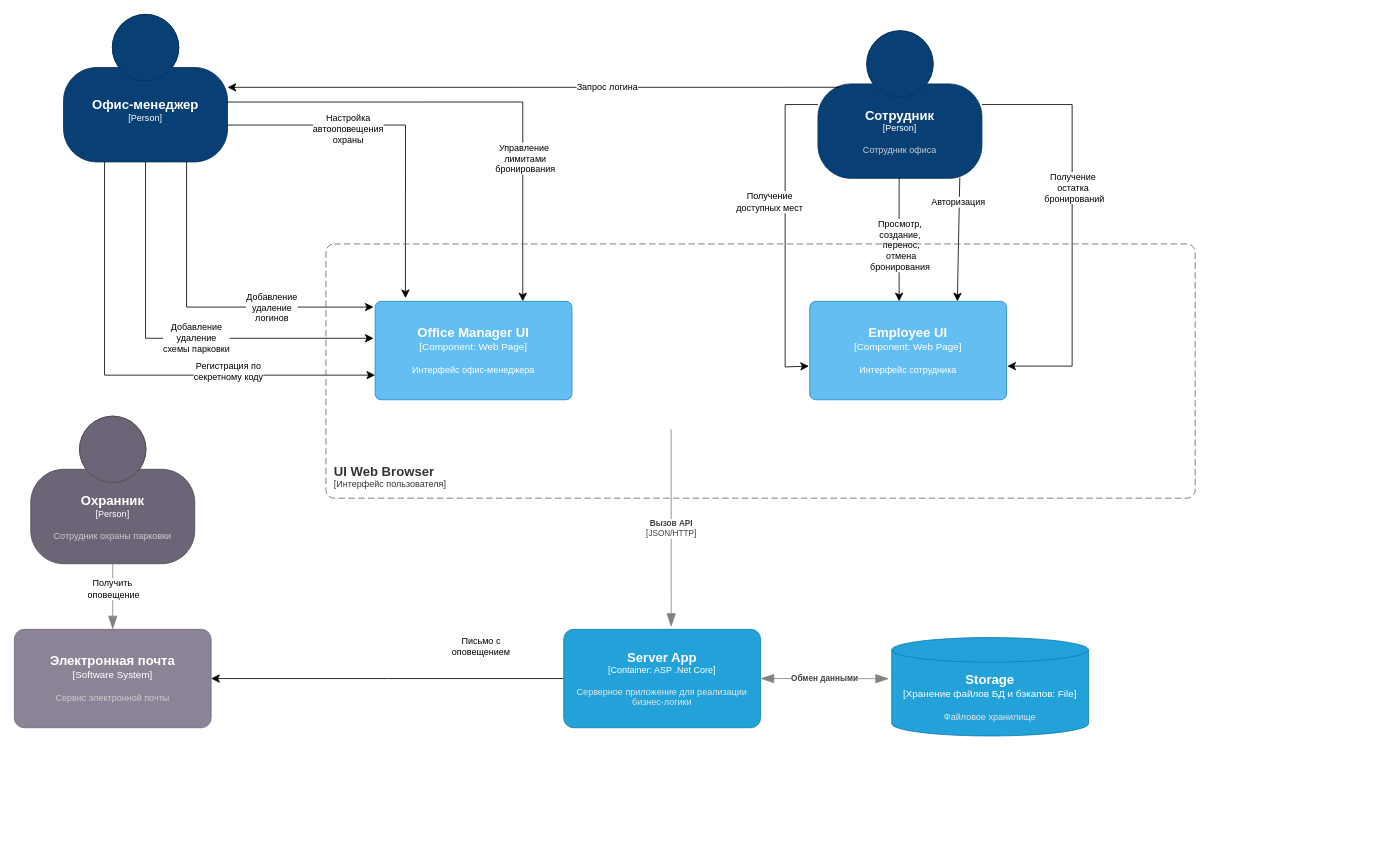
Before: docs/Parking C3.drawio in Yandex-Practicum/architect-practice-tpl, a draw.io diagram. Source tidied: cells renumbered, new cells numbered last; positions are measured from the earlier drawing's top-left corner, leaving out a move shared by most shapes. Both pictures are drawn from the tidied source at 82%, with x=0, y=0 at pixel (14, 14).
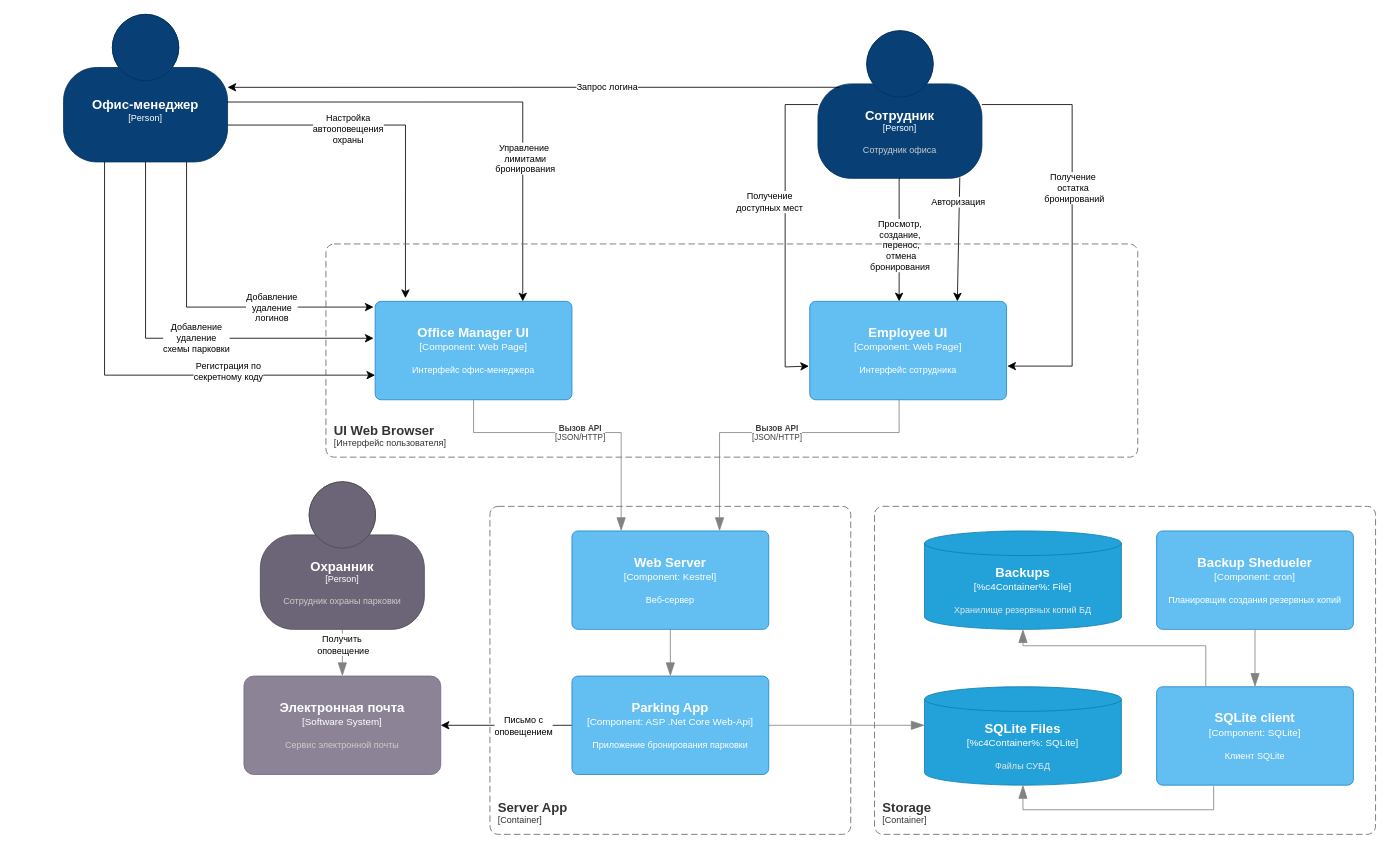
The same diagram, later.

The change refers to these unchanged cells:
```xml
<object id="35" label="&lt;font style=&quot;font-size: 16px&quot;&gt;&lt;b&gt;%c4Name%&lt;/b&gt;&lt;/font&gt;&lt;div&gt;[%c4Type%: %c4Technology%]&lt;/div&gt;&lt;br&gt;&lt;div&gt;&lt;font style=&quot;font-size: 11px&quot;&gt;%c4Description%&lt;/font&gt;&lt;/div&gt;" c4Description="Интерфейс офис-менеджера" c4Name="Office Manager UI" c4Technology="Web Page" c4Type="Component" placeholders="1">
  <mxCell style="rounded=1;whiteSpace=wrap;html=1;labelBackgroundColor=none;fillColor=#63BEF2;fontColor=#ffffff;align=center;arcSize=6;strokeColor=#2086C9;points=[[0.25,0,0],[0.5,0,0],[0.75,0,0],[1,0.25,0],[1,0.5,0],[1,0.75,0],[0.75,1,0],[0.5,1,0],[0.25,1,0],[0,0.75,0],[0,0.5,0],[0,0.25,0]];" parent="1" vertex="1">
    <mxGeometry x="440" y="350" width="240" height="120" as="geometry" />
  </mxCell>
</object>
<object id="36" label="&lt;font style=&quot;font-size: 16px&quot;&gt;&lt;b&gt;%c4Name%&lt;/b&gt;&lt;/font&gt;&lt;div&gt;[%c4Type%: %c4Technology%]&lt;/div&gt;&lt;br&gt;&lt;div&gt;&lt;font style=&quot;font-size: 11px&quot;&gt;%c4Description%&lt;/font&gt;&lt;/div&gt;" c4Description="Интерфейс сотрудника" c4Name="Employee UI" c4Technology="Web Page" c4Type="Component" placeholders="1">
  <mxCell style="rounded=1;whiteSpace=wrap;html=1;labelBackgroundColor=none;fillColor=#63BEF2;fontColor=#ffffff;align=center;arcSize=6;strokeColor=#2086C9;points=[[0.25,0,0],[0.5,0,0],[0.75,0,0],[1,0.25,0],[1,0.5,0],[1,0.75,0],[0.75,1,0],[0.5,1,0],[0.25,1,0],[0,0.75,0],[0,0.5,0],[0,0.25,0]];" parent="1" vertex="1">
    <mxGeometry x="970" y="350" width="240" height="120" as="geometry" />
  </mxCell>
</object>
```

What changed in the source:
```diff
@@
     <object id="4" label="&lt;font style=&quot;font-size: 16px&quot;&gt;&lt;b&gt;%c4Name%&lt;/b&gt;&lt;/font&gt;&lt;div&gt;[%c4Type%]&lt;/div&gt;&lt;br&gt;&lt;div&gt;&lt;font style=&quot;font-size: 11px&quot;&gt;&lt;font color=&quot;#cccccc&quot;&gt;%c4Description%&lt;/font&gt;&lt;/div&gt;" c4Description="Сотрудник охраны парковки" c4Name="Охранник" c4Type="Person" placeholders="1">
       <mxCell style="html=1;fontSize=11;dashed=0;whiteSpace=wrap;fillColor=#6C6477;strokeColor=#4D4D4D;fontColor=#ffffff;shape=mxgraph.c4.person2;align=center;points=[[0.5,0,0],[1,0.5,0],[1,0.75,0],[0.75,1,0],[0.5,1,0],[0.25,1,0],[0,0.75,0],[0,0.5,0]];" parent="1" vertex="1">
-        <mxGeometry x="20" y="490" width="200" height="180" as="geometry" />
+        <mxGeometry x="300" y="570" width="200" height="180" as="geometry" />
       </mxCell>
     </object>
@@
     <object id="23" label="&lt;font style=&quot;font-size: 16px&quot;&gt;&lt;b&gt;%c4Name%&lt;/b&gt;&lt;/font&gt;&lt;div&gt;[%c4Type%]&lt;/div&gt;&lt;br&gt;&lt;div&gt;&lt;font style=&quot;font-size: 11px&quot;&gt;&lt;font color=&quot;#cccccc&quot;&gt;%c4Description%&lt;/font&gt;&lt;/div&gt;" c4Description="Сервис электронной почты" c4Name="Электронная почта" c4Type="Software System" placeholders="1">
       <mxCell style="rounded=1;whiteSpace=wrap;html=1;labelBackgroundColor=none;fillColor=#8C8496;fontColor=#ffffff;align=center;arcSize=10;strokeColor=#736782;points=[[0.25,0,0],[0.5,0,0],[0.75,0,0],[1,0.25,0],[1,0.5,0],[1,0.75,0],[0.75,1,0],[0.5,1,0],[0.25,1,0],[0,0.75,0],[0,0.5,0],[0,0.25,0]];" parent="1" vertex="1">
-        <mxGeometry y="750" width="240" height="120" as="geometry" />
+        <mxGeometry x="280" y="807" width="240" height="120" as="geometry" />
       </mxCell>
     </object>
@@
-    <mxCell id="26" style="edgeStyle=elbowEdgeStyle;elbow=horizontal;endArrow=classic;html=1;curved=0;rounded=0;endSize=8;startSize=8;exitX=0;exitY=0.5;exitDx=0;exitDy=0;exitPerimeter=0;entryX=1;entryY=0.5;entryDx=0;entryDy=0;entryPerimeter=0;" parent="1" edge="1" source="31" target="23">
+    <mxCell id="26" style="edgeStyle=elbowEdgeStyle;elbow=horizontal;endArrow=classic;html=1;curved=0;rounded=0;endSize=8;startSize=8;exitX=0;exitY=0.5;exitDx=0;exitDy=0;exitPerimeter=0;entryX=1;entryY=0.5;entryDx=0;entryDy=0;entryPerimeter=0;" parent="1" edge="1" source="40" target="23">
       <mxGeometry relative="1" as="geometry" />
     </mxCell>
     <mxCell id="27" value="Письмо с &lt;br&gt;оповещением" style="edgeLabel;html=1;align=center;verticalAlign=middle;" parent="26" vertex="1">
       <mxGeometry x="0.25" y="3" relative="1" as="geometry">
-        <mxPoint x="167" y="-43" as="offset" />
+        <mxPoint x="40" y="-3" as="offset" />
       </mxGeometry>
     </mxCell>
@@
-    <object id="30" label="&lt;font style=&quot;font-size: 16px&quot;&gt;&lt;b&gt;%c4Type%&lt;/b&gt;&lt;/font&gt;&lt;div&gt;[%c4Container%:&amp;nbsp;%c4Technology%]&lt;/div&gt;&lt;br&gt;&lt;div&gt;&lt;font style=&quot;font-size: 11px&quot;&gt;&lt;font color=&quot;#E6E6E6&quot;&gt;%c4Description%&lt;/font&gt;&lt;/div&gt;" c4Container="Хранение файлов БД и бэкапов" c4Description="Файловое хранилище" c4Technology="File" c4Type="Storage" placeholders="1">
-      <mxCell style="shape=cylinder3;size=15;whiteSpace=wrap;html=1;boundedLbl=1;rounded=0;labelBackgroundColor=none;fillColor=#23A2D9;fontSize=12;fontColor=#ffffff;align=center;strokeColor=#0E7DAD;points=[[0.5,0,0],[1,0.25,0],[1,0.5,0],[1,0.75,0],[0.5,1,0],[0,0.75,0],[0,0.5,0],[0,0.25,0]];" parent="1" vertex="1">
-        <mxGeometry x="1070" y="760" width="240" height="120" as="geometry" />
-      </mxCell>
-    </object>
-    <object id="31" label="&lt;font style=&quot;font-size: 16px&quot;&gt;&lt;b&gt;%c4Name%&lt;/b&gt;&lt;/font&gt;&lt;div&gt;[%c4Type%: %c4Technology%]&lt;/div&gt;&lt;br&gt;&lt;div&gt;&lt;font style=&quot;font-size: 11px&quot;&gt;&lt;font color=&quot;#E6E6E6&quot;&gt;%c4Description%&lt;/font&gt;&lt;/div&gt;" c4Description="Серверное приложение для реализации бизнес-логики" c4Name="Server App" c4Technology="ASP .Net Core" c4Type="Container" placeholders="1">
-      <mxCell style="rounded=1;whiteSpace=wrap;html=1;fontSize=11;labelBackgroundColor=none;fillColor=#23A2D9;fontColor=#ffffff;align=center;arcSize=10;strokeColor=#0E7DAD;points=[[0.25,0,0],[0.5,0,0],[0.75,0,0],[1,0.25,0],[1,0.5,0],[1,0.75,0],[0.75,1,0],[0.5,1,0],[0.25,1,0],[0,0.75,0],[0,0.5,0],[0,0.25,0]];" parent="1" vertex="1">
-        <mxGeometry x="670" y="750" width="240" height="120" as="geometry" />
-      </mxCell>
-    </object>
     <object id="32" label="&lt;div style=&quot;text-align: left&quot;&gt;&lt;div style=&quot;text-align: center&quot;&gt;&lt;b&gt;%c4Description%&lt;/b&gt;&lt;/div&gt;&lt;div style=&quot;text-align: center&quot;&gt;[%c4Technology%]&lt;/div&gt;&lt;/div&gt;" c4Description="Вызов API" c4Technology="JSON/HTTP" placeholders="1">
-      <mxCell style="endArrow=blockThin;html=1;fontSize=10;fontColor=#404040;strokeWidth=1;endFill=1;strokeColor=#828282;elbow=vertical;endSize=14;startSize=14;jumpStyle=arc;jumpSize=16;rounded=0;edgeStyle=orthogonalEdgeStyle;entryX=0.546;entryY=-0.025;entryDx=0;entryDy=0;entryPerimeter=0;" parent="1" edge="1" target="31">
+      <mxCell style="endArrow=blockThin;html=1;fontSize=10;fontColor=#404040;strokeWidth=1;endFill=1;strokeColor=#828282;elbow=vertical;endSize=14;startSize=14;jumpStyle=arc;jumpSize=16;rounded=0;edgeStyle=orthogonalEdgeStyle;entryX=0.75;entryY=0;entryDx=0;entryDy=0;entryPerimeter=0;exitX=0.454;exitY=0.983;exitDx=0;exitDy=0;exitPerimeter=0;" parent="1" edge="1" source="36" target="38">
         <mxGeometry relative="1" as="geometry">
-          <mxPoint x="801" y="506" as="sourcePoint" />
           <Array as="points">
-            <mxPoint x="801" y="506" />
+            <mxPoint x="1079" y="510" />
+            <mxPoint x="860" y="510" />
           </Array>
         </mxGeometry>
       </mxCell>
     </object>
-    <object id="33" label="&lt;div style=&quot;text-align: left&quot;&gt;&lt;div style=&quot;text-align: center&quot;&gt;&lt;b&gt;%c4Description%&lt;/b&gt;&lt;/div&gt;" c4Description="Обмен данными" placeholders="1">
-      <mxCell style="endArrow=blockThin;html=1;fontSize=10;fontColor=#404040;strokeWidth=1;endFill=1;strokeColor=#828282;elbow=vertical;endSize=14;startSize=14;jumpStyle=arc;jumpSize=16;rounded=0;edgeStyle=orthogonalEdgeStyle;exitX=1;exitY=0.5;exitDx=0;exitDy=0;exitPerimeter=0;entryX=-0.014;entryY=0.418;entryDx=0;entryDy=0;entryPerimeter=0;startArrow=blockThin;startFill=1;" parent="1" edge="1" source="31" target="30">
-        <mxGeometry relative="1" as="geometry" />
-      </mxCell>
-    </object>
     <object id="34" label="&lt;font style=&quot;font-size: 16px&quot;&gt;&lt;b&gt;&lt;div style=&quot;text-align: left&quot;&gt;%c4Name%&lt;/div&gt;&lt;/b&gt;&lt;/font&gt;&lt;div style=&quot;text-align: left&quot;&gt;[%c4Application%]&lt;/div&gt;" c4Application="Интерфейс пользователя" c4Name="UI Web Browser" placeholders="1">
       <mxCell style="rounded=1;fontSize=11;whiteSpace=wrap;html=1;dashed=1;arcSize=20;fillColor=none;strokeColor=#666666;fontColor=#333333;labelBackgroundColor=none;align=left;verticalAlign=bottom;labelBorderColor=none;spacingTop=0;spacing=10;dashPattern=8 4;perimeter=rectanglePerimeter;noLabel=0;labelPadding=0;absoluteArcSize=1;" parent="1" vertex="1">
-        <mxGeometry x="380" y="280" width="1060" height="310" as="geometry" />
+        <mxGeometry x="380" y="280" width="990" height="260" as="geometry" />
       </mxCell>
     </object>
@@
+    <object id="37" label="&lt;font style=&quot;font-size: 16px&quot;&gt;&lt;b&gt;&lt;div style=&quot;text-align: left&quot;&gt;%c4Name%&lt;/div&gt;&lt;/b&gt;&lt;/font&gt;&lt;div style=&quot;text-align: left&quot;&gt;[%c4Application%]&lt;/div&gt;" c4Application="Container" c4Name="Server App" placeholders="1">
+      <mxCell style="rounded=1;fontSize=11;whiteSpace=wrap;html=1;dashed=1;arcSize=20;fillColor=none;strokeColor=#666666;fontColor=#333333;labelBackgroundColor=none;align=left;verticalAlign=bottom;labelBorderColor=none;spacingTop=0;spacing=10;dashPattern=8 4;perimeter=rectanglePerimeter;noLabel=0;labelPadding=0;absoluteArcSize=1;" parent="1" vertex="1">
+        <mxGeometry x="580" y="600" width="440" height="400" as="geometry" />
+      </mxCell>
+    </object>
+    <object id="38" label="&lt;font style=&quot;font-size: 16px&quot;&gt;&lt;b&gt;%c4Name%&lt;/b&gt;&lt;/font&gt;&lt;div&gt;[%c4Type%: %c4Technology%]&lt;/div&gt;&lt;br&gt;&lt;div&gt;&lt;font style=&quot;font-size: 11px&quot;&gt;%c4Description%&lt;/font&gt;&lt;/div&gt;" c4Description="Веб-сервер" c4Name="Web Server" c4Technology="Kestrel" c4Type="Component" placeholders="1">
+      <mxCell style="rounded=1;whiteSpace=wrap;html=1;labelBackgroundColor=none;fillColor=#63BEF2;fontColor=#ffffff;align=center;arcSize=6;strokeColor=#2086C9;points=[[0.25,0,0],[0.5,0,0],[0.75,0,0],[1,0.25,0],[1,0.5,0],[1,0.75,0],[0.75,1,0],[0.5,1,0],[0.25,1,0],[0,0.75,0],[0,0.5,0],[0,0.25,0]];" parent="1" vertex="1">
+        <mxGeometry x="680" y="630" width="240" height="120" as="geometry" />
+      </mxCell>
+    </object>
+    <object id="39" label="&lt;div style=&quot;text-align: left&quot;&gt;&lt;div style=&quot;text-align: center&quot;&gt;&lt;b&gt;%c4Description%&lt;/b&gt;&lt;/div&gt;&lt;div style=&quot;text-align: center&quot;&gt;[%c4Technology%]&lt;/div&gt;&lt;/div&gt;" c4Description="Вызов API" c4Technology="JSON/HTTP" placeholders="1">
+      <mxCell style="endArrow=blockThin;html=1;fontSize=10;fontColor=#404040;strokeWidth=1;endFill=1;strokeColor=#828282;elbow=vertical;endSize=14;startSize=14;jumpStyle=arc;jumpSize=16;rounded=0;edgeStyle=orthogonalEdgeStyle;entryX=0.25;entryY=0;entryDx=0;entryDy=0;entryPerimeter=0;exitX=0.5;exitY=1;exitDx=0;exitDy=0;exitPerimeter=0;" parent="1" edge="1" source="35" target="38">
+        <mxGeometry relative="1" as="geometry">
+          <Array as="points">
+            <mxPoint x="560" y="510" />
+            <mxPoint x="740" y="510" />
+          </Array>
+        </mxGeometry>
+      </mxCell>
+    </object>
+    <object id="40" label="&lt;font style=&quot;font-size: 16px&quot;&gt;&lt;b&gt;%c4Name%&lt;/b&gt;&lt;/font&gt;&lt;div&gt;[%c4Type%: %c4Technology%]&lt;/div&gt;&lt;br&gt;&lt;div&gt;&lt;font style=&quot;font-size: 11px&quot;&gt;%c4Description%&lt;/font&gt;&lt;/div&gt;" c4Description="Приложение бронирования парковки" c4Name="Parking App" c4Technology="ASP .Net Core Web-Api" c4Type="Component" placeholders="1">
+      <mxCell style="rounded=1;whiteSpace=wrap;html=1;labelBackgroundColor=none;fillColor=#63BEF2;fontColor=#ffffff;align=center;arcSize=6;strokeColor=#2086C9;points=[[0.25,0,0],[0.5,0,0],[0.75,0,0],[1,0.25,0],[1,0.5,0],[1,0.75,0],[0.75,1,0],[0.5,1,0],[0.25,1,0],[0,0.75,0],[0,0.5,0],[0,0.25,0]];" parent="1" vertex="1">
+        <mxGeometry x="680" y="807" width="240" height="120" as="geometry" />
+      </mxCell>
+    </object>
+    <mxCell id="41" style="endArrow=blockThin;html=1;fontSize=10;fontColor=#404040;strokeWidth=1;endFill=1;strokeColor=#828282;elbow=vertical;endSize=14;startSize=14;jumpStyle=arc;jumpSize=16;rounded=0;edgeStyle=orthogonalEdgeStyle;entryX=0.5;entryY=0;entryDx=0;entryDy=0;entryPerimeter=0;exitX=0.5;exitY=1;exitDx=0;exitDy=0;exitPerimeter=0;" parent="1" edge="1" source="38" target="40">
+      <mxGeometry relative="1" as="geometry" />
+    </mxCell>
+    <object id="42" label="&lt;font style=&quot;font-size: 16px&quot;&gt;&lt;b&gt;&lt;div style=&quot;text-align: left&quot;&gt;%c4Name%&lt;/div&gt;&lt;/b&gt;&lt;/font&gt;&lt;div style=&quot;text-align: left&quot;&gt;[%c4Application%]&lt;/div&gt;" c4Application="Container" c4Name="Storage" placeholders="1">
+      <mxCell style="rounded=1;fontSize=11;whiteSpace=wrap;html=1;dashed=1;arcSize=20;fillColor=none;strokeColor=#666666;fontColor=#333333;labelBackgroundColor=none;align=left;verticalAlign=bottom;labelBorderColor=none;spacingTop=0;spacing=10;dashPattern=8 4;perimeter=rectanglePerimeter;noLabel=0;labelPadding=0;absoluteArcSize=1;" parent="1" vertex="1">
+        <mxGeometry x="1049" y="600" width="611" height="400" as="geometry" />
+      </mxCell>
+    </object>
+    <object id="43" label="&lt;font style=&quot;font-size: 16px&quot;&gt;&lt;b&gt;%c4Type%&lt;/b&gt;&lt;/font&gt;&lt;div&gt;[%c4Container%:&amp;nbsp;%c4Technology%]&lt;/div&gt;&lt;br&gt;&lt;div&gt;&lt;font style=&quot;font-size: 11px&quot;&gt;&lt;font color=&quot;#E6E6E6&quot;&gt;%c4Description%&lt;/font&gt;&lt;/div&gt;" c4Description="Хранилище резервных копий БД" c4Technology="File" c4Type="Backups" placeholders="1">
+      <mxCell style="shape=cylinder3;size=15;whiteSpace=wrap;html=1;boundedLbl=1;rounded=0;labelBackgroundColor=none;fillColor=#23A2D9;fontSize=12;fontColor=#ffffff;align=center;strokeColor=#0E7DAD;points=[[0.5,0,0],[1,0.25,0],[1,0.5,0],[1,0.75,0],[0.5,1,0],[0,0.75,0],[0,0.5,0],[0,0.25,0]];" parent="1" vertex="1">
+        <mxGeometry x="1110" y="630" width="240" height="120" as="geometry" />
+      </mxCell>
+    </object>
+    <object id="44" label="&lt;font style=&quot;font-size: 16px&quot;&gt;&lt;b&gt;%c4Type%&lt;/b&gt;&lt;/font&gt;&lt;div&gt;[%c4Container%:&amp;nbsp;%c4Technology%]&lt;/div&gt;&lt;br&gt;&lt;div&gt;&lt;font style=&quot;font-size: 11px&quot;&gt;&lt;font color=&quot;#E6E6E6&quot;&gt;%c4Description%&lt;/font&gt;&lt;/div&gt;" c4Description="Файлы СУБД" c4Technology="SQLite" c4Type="SQLite Files" placeholders="1">
+      <mxCell style="shape=cylinder3;size=15;whiteSpace=wrap;html=1;boundedLbl=1;rounded=0;labelBackgroundColor=none;fillColor=#23A2D9;fontSize=12;fontColor=#ffffff;align=center;strokeColor=#0E7DAD;points=[[0.5,0,0],[1,0.25,0],[1,0.5,0],[1,0.75,0],[0.5,1,0],[0,0.75,0],[0,0.5,0],[0,0.25,0]];" parent="1" vertex="1">
+        <mxGeometry x="1110" y="820" width="240" height="120" as="geometry" />
+      </mxCell>
+    </object>
+    <object id="45" label="&lt;font style=&quot;font-size: 16px&quot;&gt;&lt;b&gt;%c4Name%&lt;/b&gt;&lt;/font&gt;&lt;div&gt;[%c4Type%: %c4Technology%]&lt;/div&gt;&lt;br&gt;&lt;div&gt;&lt;font style=&quot;font-size: 11px&quot;&gt;%c4Description%&lt;/font&gt;&lt;/div&gt;" c4Description="Планировщик создания резервных копий" c4Name="Backup Shedueler" c4Technology="cron" c4Type="Component" placeholders="1">
+      <mxCell style="rounded=1;whiteSpace=wrap;html=1;labelBackgroundColor=none;fillColor=#63BEF2;fontColor=#ffffff;align=center;arcSize=6;strokeColor=#2086C9;points=[[0.25,0,0],[0.5,0,0],[0.75,0,0],[1,0.25,0],[1,0.5,0],[1,0.75,0],[0.75,1,0],[0.5,1,0],[0.25,1,0],[0,0.75,0],[0,0.5,0],[0,0.25,0]];" parent="1" vertex="1">
+        <mxGeometry x="1393" y="630" width="240" height="120" as="geometry" />
+      </mxCell>
+    </object>
+    <object id="46" label="&lt;font style=&quot;font-size: 16px&quot;&gt;&lt;b&gt;%c4Name%&lt;/b&gt;&lt;/font&gt;&lt;div&gt;[%c4Type%: %c4Technology%]&lt;/div&gt;&lt;br&gt;&lt;div&gt;&lt;font style=&quot;font-size: 11px&quot;&gt;%c4Description%&lt;/font&gt;&lt;/div&gt;" c4Description="Клиент SQLite" c4Name="SQLite client" c4Technology="SQLite" c4Type="Component" placeholders="1">
+      <mxCell style="rounded=1;whiteSpace=wrap;html=1;labelBackgroundColor=none;fillColor=#63BEF2;fontColor=#ffffff;align=center;arcSize=6;strokeColor=#2086C9;points=[[0.25,0,0],[0.5,0,0],[0.75,0,0],[1,0.25,0],[1,0.5,0],[1,0.75,0],[0.75,1,0],[0.5,1,0],[0.25,1,0],[0,0.75,0],[0,0.5,0],[0,0.25,0]];" parent="1" vertex="1">
+        <mxGeometry x="1393" y="820" width="240" height="120" as="geometry" />
+      </mxCell>
+    </object>
+    <mxCell id="47" style="endArrow=blockThin;html=1;fontSize=10;fontColor=#404040;strokeWidth=1;endFill=1;strokeColor=#828282;elbow=vertical;endSize=14;startSize=14;jumpStyle=arc;jumpSize=16;rounded=0;edgeStyle=orthogonalEdgeStyle;exitX=0.5;exitY=1;exitDx=0;exitDy=0;exitPerimeter=0;entryX=0.5;entryY=0;entryDx=0;entryDy=0;entryPerimeter=0;" parent="1" edge="1" source="45" target="46">
+      <mxGeometry relative="1" as="geometry" />
+    </mxCell>
+    <mxCell id="48" style="endArrow=blockThin;html=1;fontSize=10;fontColor=#404040;strokeWidth=1;endFill=1;strokeColor=#828282;elbow=vertical;endSize=14;startSize=14;jumpStyle=arc;jumpSize=16;rounded=0;edgeStyle=orthogonalEdgeStyle;exitX=0.25;exitY=0;exitDx=0;exitDy=0;exitPerimeter=0;entryX=0.5;entryY=1;entryDx=0;entryDy=0;entryPerimeter=0;" parent="1" edge="1" source="46" target="43">
+      <mxGeometry relative="1" as="geometry">
+        <Array as="points">
+          <mxPoint x="1453" y="770" />
+          <mxPoint x="1230" y="770" />
+        </Array>
+      </mxGeometry>
+    </mxCell>
+    <mxCell id="49" style="endArrow=blockThin;html=1;fontSize=10;fontColor=#404040;strokeWidth=1;endFill=1;strokeColor=#828282;elbow=vertical;endSize=14;startSize=14;jumpStyle=arc;jumpSize=16;rounded=0;edgeStyle=orthogonalEdgeStyle;exitX=0.29;exitY=1.011;exitDx=0;exitDy=0;exitPerimeter=0;entryX=0.5;entryY=1;entryDx=0;entryDy=0;entryPerimeter=0;" parent="1" edge="1" source="46" target="44">
+      <mxGeometry relative="1" as="geometry">
+        <Array as="points">
+          <mxPoint x="1463" y="970" />
+          <mxPoint x="1230" y="970" />
+        </Array>
+      </mxGeometry>
+    </mxCell>
+    <mxCell id="50" style="endArrow=blockThin;html=1;fontSize=10;fontColor=#404040;strokeWidth=1;endFill=1;strokeColor=#828282;elbow=vertical;endSize=14;startSize=14;jumpStyle=arc;jumpSize=16;rounded=0;edgeStyle=orthogonalEdgeStyle;exitX=1;exitY=0.5;exitDx=0;exitDy=0;exitPerimeter=0;" parent="1" edge="1" source="40">
+      <mxGeometry relative="1" as="geometry">
+        <mxPoint x="1110" y="867" as="targetPoint" />
+      </mxGeometry>
+    </mxCell>
```
